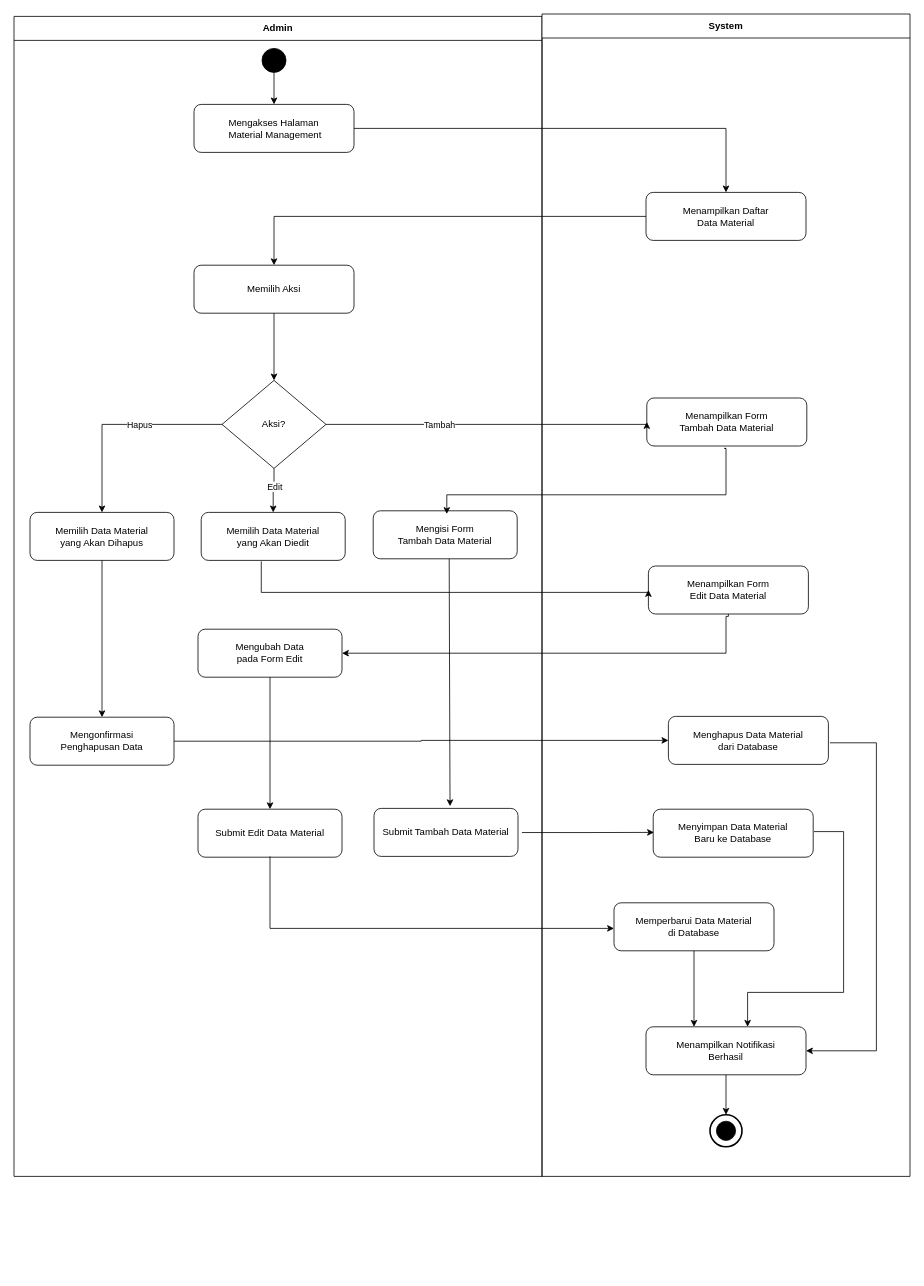
This is client/src/diagram/activity/AD_Admin_Mengelola_Material.drawio from Fahrul23/BenuaKertasApps, a draw.io file, before an edit. Source tidied: cells renumbered, new cells numbered last; positions are measured from the earlier drawing's top-left corner, leaving out a move shared by most shapes. Both pictures are drawn from the tidied source at 80%, with x=0, y=0 at pixel (14, 14).
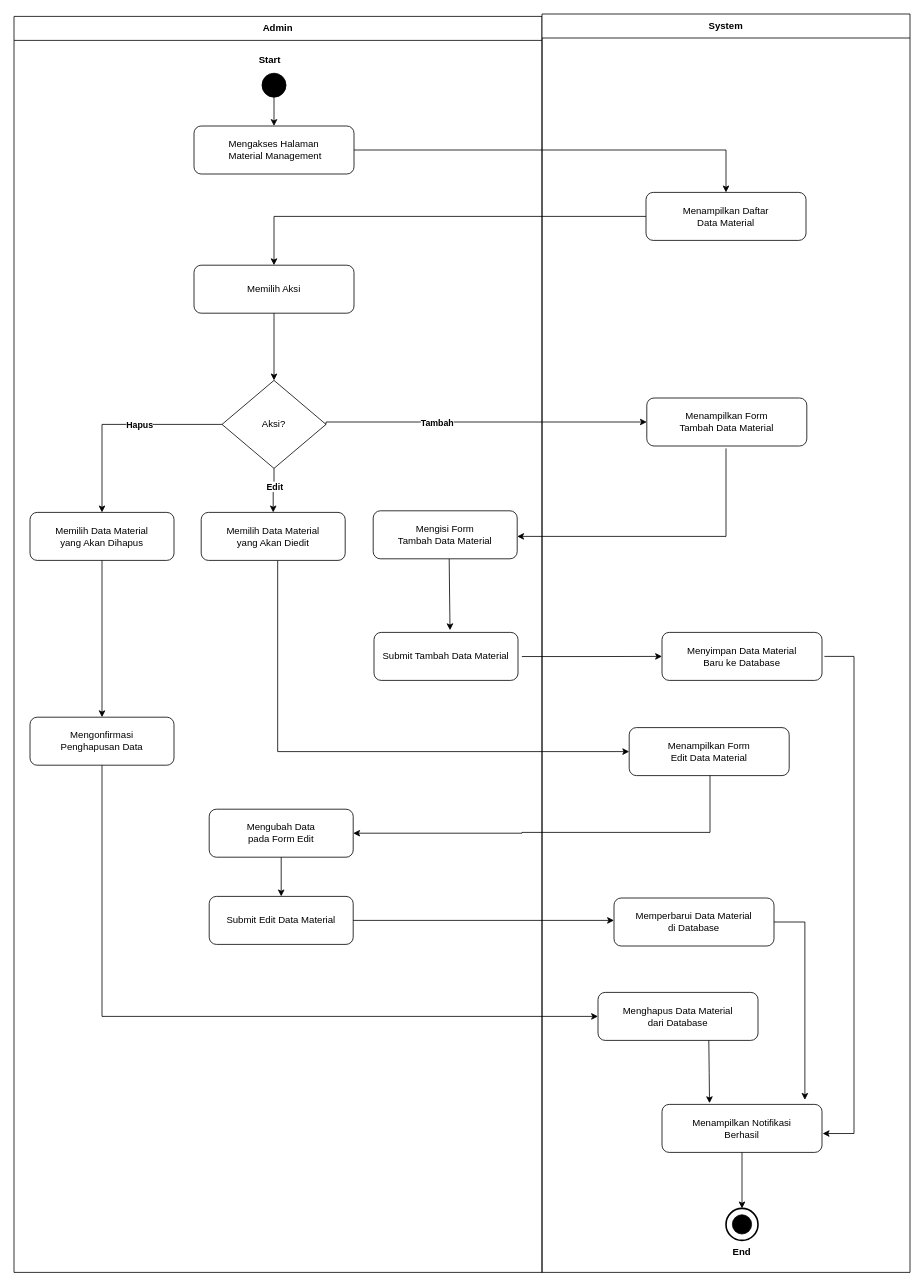
The same diagram, later.

The change refers to these unchanged cells:
```xml
<mxCell id="6" value="Menampilkan Form&lt;br&gt;Tambah Data Material" style="rounded=1;whiteSpace=wrap;html=1;fillColor=#ffffff;strokeColor=#000000;fontColor=#000000;" parent="5" vertex="1">
  <mxGeometry x="131" y="480" width="200" height="60" as="geometry" />
</mxCell>
<mxCell id="20" value="Aksi?" style="rhombus;whiteSpace=wrap;html=1;fillColor=#ffffff;strokeColor=#000000;fontColor=#000000;" parent="1" vertex="1">
  <mxGeometry x="260" y="458" width="130" height="110" as="geometry" />
</mxCell>
<mxCell id="25" value="Mengonfirmasi&lt;br&gt;Penghapusan Data" style="rounded=1;whiteSpace=wrap;html=1;fillColor=#ffffff;strokeColor=#000000;fontColor=#000000;" parent="1" vertex="1">
  <mxGeometry x="20" y="879" width="180" height="60" as="geometry" />
</mxCell>
<mxCell id="34" style="edgeStyle=orthogonalEdgeStyle;rounded=0;html=1;strokeColor=#000000;exitX=0.5;exitY=1;exitDx=0;exitDy=0;entryX=0.5;entryY=0;entryDx=0;entryDy=0;" parent="1" edge="1" source="20" target="22">
  <mxGeometry relative="1" as="geometry" />
</mxCell>
<mxCell id="36" style="edgeStyle=orthogonalEdgeStyle;rounded=0;html=1;strokeColor=#000000;exitX=0;exitY=0.5;exitDx=0;exitDy=0;entryX=0.5;entryY=0;entryDx=0;entryDy=0;" parent="1" edge="1" source="20" target="24">
  <mxGeometry relative="1" as="geometry">
    <Array as="points">
      <mxPoint x="110" y="513" />
      <mxPoint x="110" y="623" />
    </Array>
  </mxGeometry>
</mxCell>
```

The edit, as a diff of the source:
```diff
@@
     <mxCell id="2" value="Admin" style="swimlane;whiteSpace=wrap;html=1;startSize=30;fillColor=#ffffff;strokeColor=#000000;fontColor=#000000;fontStyle=1;" parent="1" vertex="1">
-      <mxGeometry y="3" width="660" height="1450" as="geometry" />
+      <mxGeometry y="3" width="660" height="1570" as="geometry" />
     </mxCell>
     <mxCell id="3" value="Submit Tambah Data Material" style="rounded=1;whiteSpace=wrap;html=1;fillColor=#ffffff;strokeColor=#000000;fontColor=#000000;" parent="2" vertex="1">
-      <mxGeometry x="450" y="990" width="180" height="60" as="geometry" />
+      <mxGeometry x="450" y="770" width="180" height="60" as="geometry" />
     </mxCell>
@@
+    <mxCell id="47" style="edgeStyle=orthogonalEdgeStyle;rounded=0;html=1;strokeColor=#000000;entryX=0;entryY=0.5;entryDx=0;entryDy=0;" parent="2" edge="1" target="15">
+      <mxGeometry relative="1" as="geometry">
+        <mxPoint x="329.6" y="680" as="sourcePoint" />
+        <Array as="points">
+          <mxPoint x="330" y="919" />
+        </Array>
+      </mxGeometry>
+    </mxCell>
+    <mxCell id="23" value="Mengubah Data&lt;br&gt;pada Form Edit" style="rounded=1;whiteSpace=wrap;html=1;fillColor=#ffffff;strokeColor=#000000;fontColor=#000000;" parent="2" vertex="1">
+      <mxGeometry x="244" y="991" width="180" height="60" as="geometry" />
+    </mxCell>
+    <mxCell id="27" value="Submit Edit Data Material" style="rounded=1;whiteSpace=wrap;html=1;fillColor=#ffffff;strokeColor=#000000;fontColor=#000000;" parent="2" vertex="1">
+      <mxGeometry x="244" y="1100" width="180" height="60" as="geometry" />
+    </mxCell>
+    <mxCell id="43" style="edgeStyle=orthogonalEdgeStyle;rounded=0;html=1;strokeColor=#000000;exitX=0.5;exitY=1;exitDx=0;exitDy=0;entryX=0.5;entryY=0;entryDx=0;entryDy=0;" parent="2" edge="1" source="23" target="27">
+      <mxGeometry relative="1" as="geometry" />
+    </mxCell>
+    <mxCell id="48" value="&lt;b&gt;Start&lt;/b&gt;" style="text;html=1;whiteSpace=wrap;strokeColor=none;fillColor=none;align=center;verticalAlign=middle;rounded=0;" parent="2" vertex="1">
+      <mxGeometry x="290" y="40" width="60" height="30" as="geometry" />
+    </mxCell>
     <mxCell id="5" value="System" style="swimlane;whiteSpace=wrap;html=1;startSize=30;fillColor=#ffffff;strokeColor=#000000;fontColor=#000000;fontStyle=1;" parent="1" vertex="1">
-      <mxGeometry x="660" width="460" height="1453" as="geometry" />
+      <mxGeometry x="660" width="460" height="1573" as="geometry" />
     </mxCell>
@@
     <mxCell id="7" value="Menyimpan Data Material&lt;br&gt;Baru ke Database" style="rounded=1;whiteSpace=wrap;html=1;fillColor=#ffffff;strokeColor=#000000;fontColor=#000000;" parent="5" vertex="1">
-      <mxGeometry x="139" y="994" width="200" height="60" as="geometry" />
+      <mxGeometry x="150" y="773" width="200" height="60" as="geometry" />
     </mxCell>
     <mxCell id="8" value="Memperbarui Data Material&lt;br&gt;di Database" style="rounded=1;whiteSpace=wrap;html=1;fillColor=#ffffff;strokeColor=#000000;fontColor=#000000;" parent="5" vertex="1">
-      <mxGeometry x="90" y="1111" width="200" height="60" as="geometry" />
+      <mxGeometry x="90" y="1105" width="200" height="60" as="geometry" />
     </mxCell>
+    <mxCell id="12" style="edgeStyle=orthogonalEdgeStyle;rounded=0;html=1;strokeColor=#000000;entryX=1.004;entryY=0.607;entryDx=0;entryDy=0;entryPerimeter=0;" parent="5" edge="1" target="9">
+      <mxGeometry relative="1" as="geometry">
+        <mxPoint x="353" y="803" as="sourcePoint" />
+        <Array as="points">
+          <mxPoint x="390" y="803" />
+          <mxPoint x="390" y="1399" />
+          <mxPoint x="351" y="1399" />
+        </Array>
+      </mxGeometry>
+    </mxCell>
+    <mxCell id="15" value="Menampilkan Form&lt;br&gt;Edit Data Material" style="rounded=1;whiteSpace=wrap;html=1;fillColor=#ffffff;strokeColor=#000000;fontColor=#000000;" parent="5" vertex="1">
+      <mxGeometry x="109" y="892" width="200" height="60" as="geometry" />
+    </mxCell>
+    <mxCell id="26" value="Menghapus Data Material&lt;br&gt;dari Database" style="rounded=1;whiteSpace=wrap;html=1;fillColor=#ffffff;strokeColor=#000000;fontColor=#000000;" parent="5" vertex="1">
+      <mxGeometry x="70" y="1223" width="200" height="60" as="geometry" />
+    </mxCell>
+    <mxCell id="49" style="edgeStyle=orthogonalEdgeStyle;rounded=0;html=1;strokeColor=#000000;exitX=0.5;exitY=1;exitDx=0;exitDy=0;entryX=1;entryY=0.5;entryDx=0;entryDy=0;" parent="5" edge="1" target="23">
+      <mxGeometry relative="1" as="geometry">
+        <mxPoint x="210" y="952" as="sourcePoint" />
+        <Array as="points">
+          <mxPoint x="210" y="1023" />
+          <mxPoint x="-25" y="1023" />
+          <mxPoint x="-25" y="1024" />
+        </Array>
+      </mxGeometry>
+    </mxCell>
     <mxCell id="9" value="Menampilkan Notifikasi&lt;br&gt;Berhasil" style="rounded=1;whiteSpace=wrap;html=1;fillColor=#ffffff;strokeColor=#000000;fontColor=#000000;" parent="5" vertex="1">
-      <mxGeometry x="130" y="1266" width="200" height="60" as="geometry" />
+      <mxGeometry x="150" y="1363" width="200" height="60" as="geometry" />
     </mxCell>
-    <mxCell id="10" style="ellipse;whiteSpace=wrap;html=1;strokeWidth=2;fillColor=#ffffff;strokeColor=#000000;" parent="5" vertex="1">
-      <mxGeometry x="210" y="1376" width="40" height="40" as="geometry" />
-    </mxCell>
-    <mxCell id="11" style="ellipse;whiteSpace=wrap;html=1;fillColor=#000000;strokeColor=#000000;" parent="10" vertex="1">
-      <mxGeometry x="8" y="8" width="24" height="24" as="geometry" />
-    </mxCell>
-    <mxCell id="12" style="edgeStyle=orthogonalEdgeStyle;rounded=0;html=1;strokeColor=#000000;" parent="5" edge="1" target="9">
-      <mxGeometry relative="1" as="geometry">
-        <mxPoint x="340" y="1022" as="sourcePoint" />
-        <Array as="points">
-          <mxPoint x="377" y="1022" />
-          <mxPoint x="377" y="1223" />
-          <mxPoint x="257" y="1223" />
-        </Array>
-      </mxGeometry>
-    </mxCell>
-    <mxCell id="13" style="edgeStyle=orthogonalEdgeStyle;rounded=0;html=1;strokeColor=#000000;" parent="5" edge="1" source="8" target="9">
-      <mxGeometry relative="1" as="geometry">
-        <Array as="points">
-          <mxPoint x="190" y="1290" />
-          <mxPoint x="190" y="1290" />
-        </Array>
-      </mxGeometry>
+    <mxCell id="13" style="edgeStyle=orthogonalEdgeStyle;rounded=0;html=1;strokeColor=#000000;exitX=1;exitY=0.5;exitDx=0;exitDy=0;entryX=0.893;entryY=-0.095;entryDx=0;entryDy=0;entryPerimeter=0;" parent="5" edge="1" source="8" target="9">
+      <mxGeometry relative="1" as="geometry" />
     </mxCell>
-    <mxCell id="14" style="edgeStyle=orthogonalEdgeStyle;rounded=0;html=1;strokeColor=#000000;" parent="5" edge="1" source="9" target="10">
-      <mxGeometry relative="1" as="geometry" />
-    </mxCell>
-    <mxCell id="15" value="Menampilkan Form&lt;br&gt;Edit Data Material" style="rounded=1;whiteSpace=wrap;html=1;fillColor=#ffffff;strokeColor=#000000;fontColor=#000000;" parent="5" vertex="1">
-      <mxGeometry x="133" y="690" width="200" height="60" as="geometry" />
-    </mxCell>
+    <mxCell id="50" style="edgeStyle=orthogonalEdgeStyle;rounded=0;html=1;strokeColor=#000000;exitX=0.5;exitY=1;exitDx=0;exitDy=0;entryX=0.297;entryY=-0.026;entryDx=0;entryDy=0;entryPerimeter=0;" parent="5" edge="1" target="9">
+      <mxGeometry relative="1" as="geometry">
+        <mxPoint x="208.5" y="1283" as="sourcePoint" />
+      </mxGeometry>
+    </mxCell>
     <mxCell id="16" style="ellipse;whiteSpace=wrap;html=1;fillColor=#000000;strokeColor=#000000;" parent="1" vertex="1">
-      <mxGeometry x="310" y="43" width="30" height="30" as="geometry" />
+      <mxGeometry x="310" y="74" width="30" height="30" as="geometry" />
     </mxCell>
     <mxCell id="17" value="Mengakses Halaman&lt;br&gt;&amp;nbsp;Material Management" style="rounded=1;whiteSpace=wrap;html=1;fillColor=#ffffff;strokeColor=#000000;fontColor=#000000;" parent="1" vertex="1">
-      <mxGeometry x="225" y="113" width="200" height="60" as="geometry" />
+      <mxGeometry x="225" y="140" width="200" height="60" as="geometry" />
     </mxCell>
@@
-    <mxCell id="23" value="Mengubah Data&lt;br&gt;pada Form Edit" style="rounded=1;whiteSpace=wrap;html=1;fillColor=#ffffff;strokeColor=#000000;fontColor=#000000;" parent="1" vertex="1">
-      <mxGeometry x="230" y="769" width="180" height="60" as="geometry" />
-    </mxCell>
@@
-    <mxCell id="26" value="Menghapus Data Material&lt;br&gt;dari Database" style="rounded=1;whiteSpace=wrap;html=1;fillColor=#ffffff;strokeColor=#000000;fontColor=#000000;" parent="1" vertex="1">
-      <mxGeometry x="818" y="878" width="200" height="60" as="geometry" />
-    </mxCell>
-    <mxCell id="27" value="Submit Edit Data Material" style="rounded=1;whiteSpace=wrap;html=1;fillColor=#ffffff;strokeColor=#000000;fontColor=#000000;" parent="1" vertex="1">
-      <mxGeometry x="230" y="994" width="180" height="60" as="geometry" />
-    </mxCell>
@@
     <mxCell id="32" style="edgeStyle=orthogonalEdgeStyle;rounded=0;html=1;strokeColor=#000000;exitX=1;exitY=0.5;exitDx=0;exitDy=0;entryX=0;entryY=0.5;entryDx=0;entryDy=0;" parent="1" edge="1" source="20" target="6">
       <mxGeometry relative="1" as="geometry">
         <Array as="points">
-          <mxPoint x="791" y="513" />
+          <mxPoint x="390" y="510" />
         </Array>
       </mxGeometry>
     </mxCell>
-    <mxCell id="33" value="Tambah" style="edgeLabel;html=1;align=center;verticalAlign=middle;" parent="32" vertex="1">
+    <mxCell id="33" value="Tambah" style="edgeLabel;html=1;align=center;verticalAlign=middle;fontStyle=1;" parent="32" vertex="1">
       <mxGeometry x="-0.3" relative="1" as="geometry" />
     </mxCell>
@@
-    <mxCell id="35" value="Edit" style="edgeLabel;html=1;align=center;verticalAlign=middle;" parent="34" vertex="1">
+    <mxCell id="35" value="Edit" style="edgeLabel;html=1;align=center;verticalAlign=middle;fontStyle=1;" parent="34" vertex="1">
       <mxGeometry x="-0.2" relative="1" as="geometry" />
     </mxCell>
@@
-    <mxCell id="37" value="Hapus" style="edgeLabel;html=1;align=center;verticalAlign=middle;" parent="36" vertex="1">
+    <mxCell id="37" value="Hapus" style="edgeLabel;html=1;align=center;verticalAlign=middle;fontStyle=1;" parent="36" vertex="1">
       <mxGeometry x="-0.2" relative="1" as="geometry" />
     </mxCell>
     <mxCell id="38" style="edgeStyle=orthogonalEdgeStyle;rounded=0;html=1;strokeColor=#000000;" parent="1" edge="1">
       <mxGeometry relative="1" as="geometry">
         <mxPoint x="890" y="543" as="sourcePoint" />
-        <mxPoint x="541" y="625" as="targetPoint" />
+        <mxPoint x="629" y="653" as="targetPoint" />
         <Array as="points">
-          <mxPoint x="888" y="543" />
-          <mxPoint x="890" y="543" />
-          <mxPoint x="890" y="601" />
-          <mxPoint x="541" y="601" />
+          <mxPoint x="890" y="653" />
+          <mxPoint x="629" y="653" />
         </Array>
       </mxGeometry>
     </mxCell>
-    <mxCell id="39" style="edgeStyle=orthogonalEdgeStyle;rounded=0;html=1;strokeColor=#000000;exitX=0.467;exitY=0.97;exitDx=0;exitDy=0;exitPerimeter=0;entryX=0;entryY=0.5;entryDx=0;entryDy=0;" parent="1" edge="1" target="15">
-      <mxGeometry relative="1" as="geometry">
-        <mxPoint x="309.1" y="684.2" as="sourcePoint" />
-        <Array as="points">
-          <mxPoint x="309" y="723" />
-        </Array>
-      </mxGeometry>
-    </mxCell>
-    <mxCell id="40" style="edgeStyle=orthogonalEdgeStyle;rounded=0;html=1;strokeColor=#000000;entryX=1;entryY=0.5;entryDx=0;entryDy=0;exitX=0.5;exitY=1;exitDx=0;exitDy=0;" parent="1" edge="1" source="15" target="23">
-      <mxGeometry relative="1" as="geometry">
-        <Array as="points">
-          <mxPoint x="890" y="753" />
-          <mxPoint x="890" y="799" />
-        </Array>
-      </mxGeometry>
-    </mxCell>
@@
-    <mxCell id="42" style="edgeStyle=orthogonalEdgeStyle;rounded=0;html=1;strokeColor=#000000;exitX=1;exitY=0.5;exitDx=0;exitDy=0;entryX=0;entryY=0.5;entryDx=0;entryDy=0;" parent="1" edge="1" source="25" target="26">
+    <mxCell id="42" style="edgeStyle=orthogonalEdgeStyle;rounded=0;html=1;strokeColor=#000000;exitX=0.5;exitY=1;exitDx=0;exitDy=0;entryX=0;entryY=0.5;entryDx=0;entryDy=0;" parent="1" edge="1" source="25" target="26">
       <mxGeometry relative="1" as="geometry" />
     </mxCell>
-    <mxCell id="43" style="edgeStyle=orthogonalEdgeStyle;rounded=0;html=1;strokeColor=#000000;exitX=0.5;exitY=1;exitDx=0;exitDy=0;entryX=0.5;entryY=0;entryDx=0;entryDy=0;" parent="1" edge="1" source="23" target="27">
-      <mxGeometry relative="1" as="geometry" />
-    </mxCell>
-    <mxCell id="44" style="edgeStyle=orthogonalEdgeStyle;rounded=0;html=1;strokeColor=#000000;" parent="1" edge="1" target="8">
+    <mxCell id="44" style="edgeStyle=orthogonalEdgeStyle;rounded=0;html=1;strokeColor=#000000;exitX=1;exitY=0.5;exitDx=0;exitDy=0;" parent="1" edge="1" source="27" target="8">
       <mxGeometry relative="1" as="geometry">
-        <mxPoint x="320" y="1053" as="sourcePoint" />
         <Array as="points">
-          <mxPoint x="320" y="1143" />
+          <mxPoint x="850" y="1133" />
         </Array>
       </mxGeometry>
     </mxCell>
-    <mxCell id="45" style="edgeStyle=orthogonalEdgeStyle;rounded=0;html=1;strokeColor=#000000;" parent="1" edge="1">
-      <mxGeometry relative="1" as="geometry">
-        <mxPoint x="1020" y="911" as="sourcePoint" />
-        <mxPoint x="990" y="1296" as="targetPoint" />
-        <Array as="points">
-          <mxPoint x="1078" y="911" />
-          <mxPoint x="1078" y="1296" />
-        </Array>
-      </mxGeometry>
-    </mxCell>
-    <mxCell id="46" style="edgeStyle=orthogonalEdgeStyle;rounded=0;html=1;strokeColor=#000000;exitX=1.027;exitY=0.503;exitDx=0;exitDy=0;exitPerimeter=0;" parent="1" edge="1" source="3">
-      <mxGeometry relative="1" as="geometry">
-        <mxPoint x="800" y="1023" as="targetPoint" />
-      </mxGeometry>
+    <mxCell id="46" style="edgeStyle=orthogonalEdgeStyle;rounded=0;html=1;strokeColor=#000000;exitX=1.027;exitY=0.503;exitDx=0;exitDy=0;exitPerimeter=0;entryX=0;entryY=0.5;entryDx=0;entryDy=0;" parent="1" edge="1" source="3" target="7">
+      <mxGeometry relative="1" as="geometry" />
     </mxCell>
+    <mxCell id="10" style="ellipse;whiteSpace=wrap;html=1;strokeWidth=2;fillColor=#ffffff;strokeColor=#000000;" parent="1" vertex="1">
+      <mxGeometry x="890" y="1493" width="40" height="40" as="geometry" />
+    </mxCell>
+    <mxCell id="11" style="ellipse;whiteSpace=wrap;html=1;fillColor=#000000;strokeColor=#000000;" parent="10" vertex="1">
+      <mxGeometry x="8" y="8" width="24" height="24" as="geometry" />
+    </mxCell>
+    <mxCell id="14" style="edgeStyle=orthogonalEdgeStyle;rounded=0;html=1;strokeColor=#000000;" parent="1" edge="1" source="9" target="10">
+      <mxGeometry relative="1" as="geometry" />
+    </mxCell>
+    <mxCell id="51" value="&lt;b&gt;End&lt;/b&gt;" style="text;html=1;whiteSpace=wrap;strokeColor=none;fillColor=none;align=center;verticalAlign=middle;rounded=0;" parent="1" vertex="1">
+      <mxGeometry x="880" y="1533" width="60" height="30" as="geometry" />
+    </mxCell>
```
